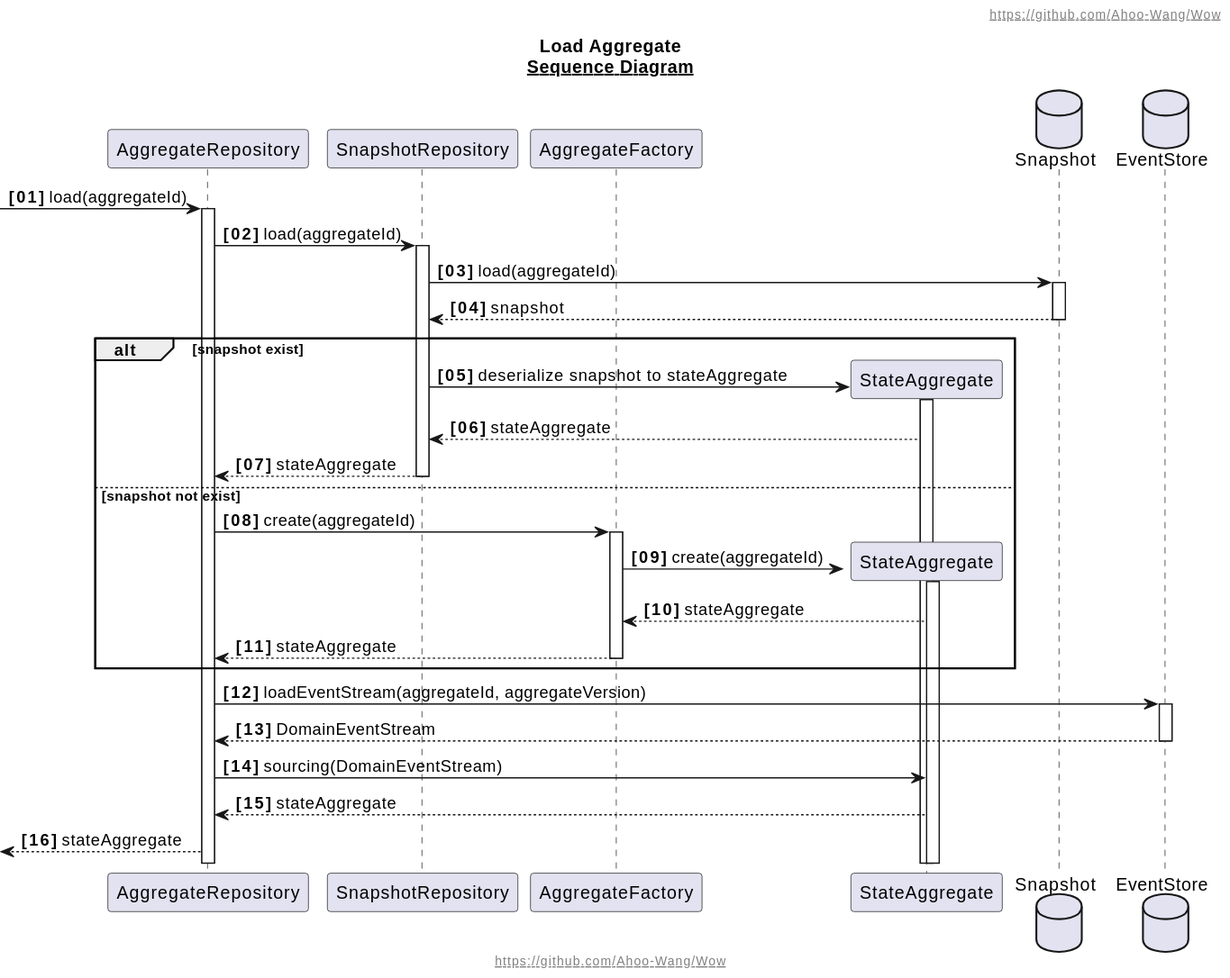
Ahoo-Wang/Wow keeps this PlantUML diagram as document/design/assets/Load-Aggregate.svg. Above is the earlier version. The source it was exported from:
```plantuml
@startuml

!include layout.puml

title
Load Aggregate
__Sequence Diagram__
end title

participant AggregateRepository
participant SnapshotRepository
participant AggregateFactory
participant StateAggregate
database Snapshot
database EventStore

autonumber "<b>[00]</b>"

[-> AggregateRepository++: load(aggregateId)
AggregateRepository -> SnapshotRepository++: load(aggregateId)
SnapshotRepository -> Snapshot++: load(aggregateId)
SnapshotRepository <-- Snapshot--: snapshot

alt snapshot exist
    create StateAggregate
    SnapshotRepository -> StateAggregate ++: deserialize snapshot to stateAggregate
    SnapshotRepository <-- StateAggregate: stateAggregate
    AggregateRepository <-- SnapshotRepository--: stateAggregate
else snapshot not exist
    AggregateRepository -> AggregateFactory++: create(aggregateId)
    create StateAggregate
    AggregateFactory -> StateAggregate ++: create(aggregateId)
    AggregateFactory <-- StateAggregate: stateAggregate
    AggregateRepository <-- AggregateFactory--: stateAggregate
end
AggregateRepository -> EventStore++: loadEventStream(aggregateId, aggregateVersion)
AggregateRepository <-- EventStore--:DomainEventStream
AggregateRepository -> StateAggregate:sourcing(DomainEventStream)
AggregateRepository <-- StateAggregate: stateAggregate
[<-- AggregateRepository: stateAggregate
@enduml
```
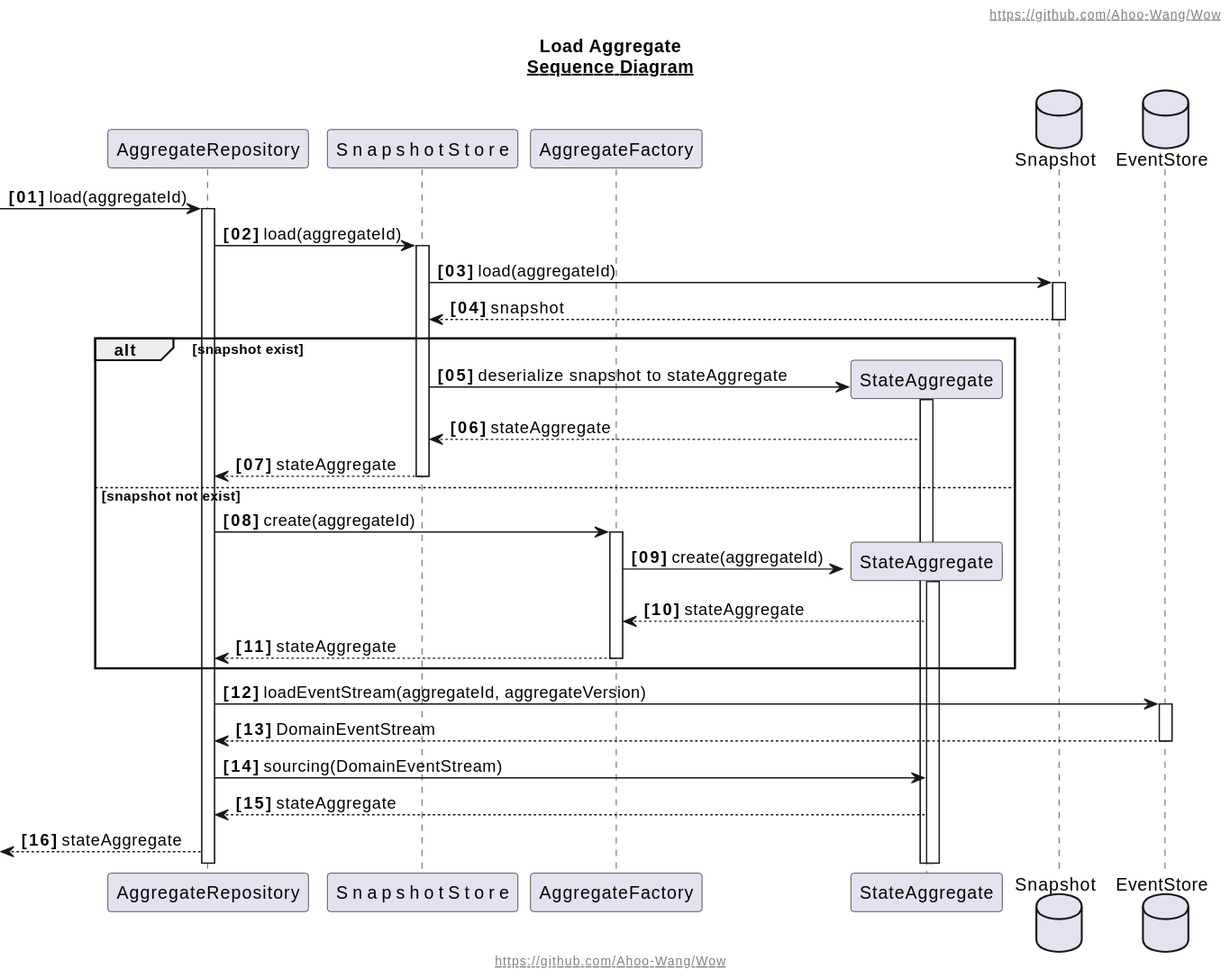
Above is the later version.

Diff of the diagram source:
```diff
@@ -8,7 +8,7 @@
 end title
 
 participant AggregateRepository
-participant SnapshotRepository
+participant SnapshotStore
 participant AggregateFactory
 participant StateAggregate
 database Snapshot
@@ -17,15 +17,15 @@
 autonumber "<b>[00]</b>"
 
 [-> AggregateRepository++: load(aggregateId)
-AggregateRepository -> SnapshotRepository++: load(aggregateId)
-SnapshotRepository -> Snapshot++: load(aggregateId)
-SnapshotRepository <-- Snapshot--: snapshot
+AggregateRepository -> SnapshotStore++: load(aggregateId)
+SnapshotStore -> Snapshot++: load(aggregateId)
+SnapshotStore <-- Snapshot--: snapshot
 
 alt snapshot exist
     create StateAggregate
-    SnapshotRepository -> StateAggregate ++: deserialize snapshot to stateAggregate
-    SnapshotRepository <-- StateAggregate: stateAggregate
-    AggregateRepository <-- SnapshotRepository--: stateAggregate
+    SnapshotStore -> StateAggregate ++: deserialize snapshot to stateAggregate
+    SnapshotStore <-- StateAggregate: stateAggregate
+    AggregateRepository <-- SnapshotStore--: stateAggregate
 else snapshot not exist
     AggregateRepository -> AggregateFactory++: create(aggregateId)
     create StateAggregate
```
